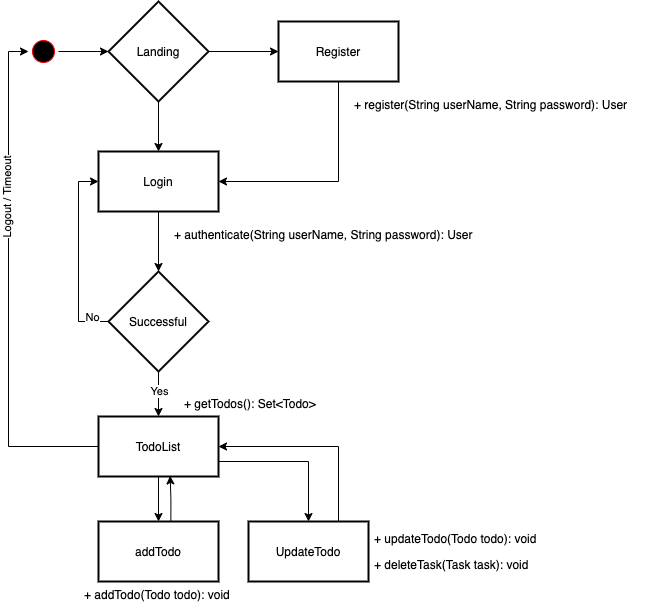
Before: docs/PageFlow.png, a diagram exported from draw.io (codeyard/bfh-todoapp). Source tidied: cells renumbered, new cells last; positions are measured from the earlier drawing's top-left corner, leaving out a move shared by most shapes.
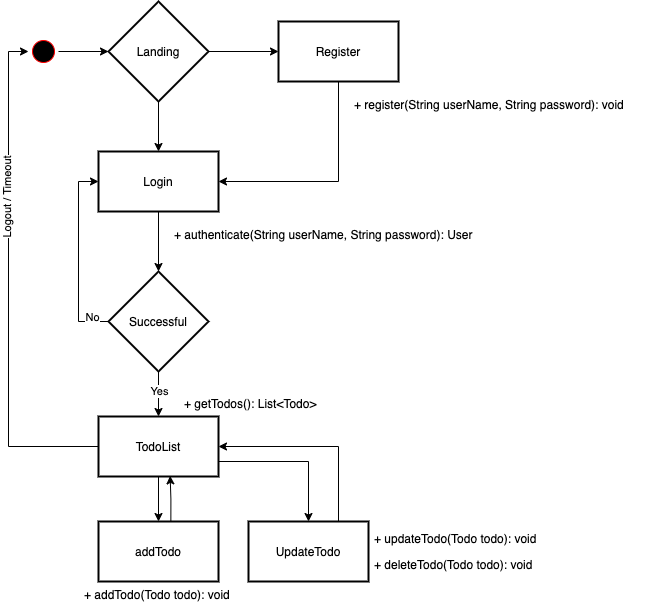
The same file after the commit.

Commit message:
Updating Domain model & page flow

The edit, as a diff of the source:
```diff
@@ -65,7 +65,7 @@
     <mxCell id="20" value="TodoList" style="whiteSpace=wrap;html=1;strokeWidth=2;" parent="1" vertex="1">
       <mxGeometry x="70" y="415" width="120" height="60" as="geometry" />
     </mxCell>
-    <mxCell id="21" value="+ getTodos(): Set&lt;Todo&gt;" style="text;strokeColor=none;fillColor=none;align=left;verticalAlign=top;spacingLeft=4;spacingRight=4;overflow=hidden;" parent="1" vertex="1">
+    <mxCell id="21" value="+ getTodos(): List&lt;Todo&gt;" style="text;strokeColor=none;fillColor=none;align=left;verticalAlign=top;spacingLeft=4;spacingRight=4;overflow=hidden;" parent="1" vertex="1">
       <mxGeometry x="150" y="389" width="210" height="26" as="geometry" />
     </mxCell>
     <mxCell id="22" style="edgeStyle=orthogonalEdgeStyle;rounded=0;jettySize=auto;html=1;exitX=0.603;exitY=-0.003;exitDx=0;exitDy=0;entryX=0.597;entryY=0.99;entryDx=0;entryDy=0;exitPerimeter=0;entryPerimeter=0;" parent="1" edge="1" source="23" target="20">
@@ -86,10 +86,10 @@
     <mxCell id="27" value="+ updateTodo(Todo todo): void" style="text;strokeColor=none;fillColor=none;align=left;verticalAlign=top;spacingLeft=4;spacingRight=4;overflow=hidden;" parent="1" vertex="1">
       <mxGeometry x="340" y="524" width="210" height="26" as="geometry" />
     </mxCell>
-    <mxCell id="28" value="+ deleteTask(Task task): void" style="text;strokeColor=none;fillColor=none;align=left;verticalAlign=top;spacingLeft=4;spacingRight=4;overflow=hidden;" parent="1" vertex="1">
+    <mxCell id="28" value="+ deleteTodo(Todo todo): void" style="text;strokeColor=none;fillColor=none;align=left;verticalAlign=top;spacingLeft=4;spacingRight=4;overflow=hidden;" parent="1" vertex="1">
       <mxGeometry x="340" y="550" width="210" height="26" as="geometry" />
     </mxCell>
-    <mxCell id="29" value="+ register(String userName, String password): User" style="text;strokeColor=none;fillColor=none;align=left;verticalAlign=top;spacingLeft=4;spacingRight=4;overflow=hidden;" parent="1" vertex="1">
+    <mxCell id="29" value="+ register(String userName, String password): void" style="text;strokeColor=none;fillColor=none;align=left;verticalAlign=top;spacingLeft=4;spacingRight=4;overflow=hidden;" parent="1" vertex="1">
       <mxGeometry x="320" y="90" width="320" height="26" as="geometry" />
     </mxCell>
     <mxCell id="30" value="+ authenticate(String userName, String password): User" style="text;strokeColor=none;fillColor=none;align=left;verticalAlign=top;spacingLeft=4;spacingRight=4;overflow=hidden;" parent="1" vertex="1">
```
